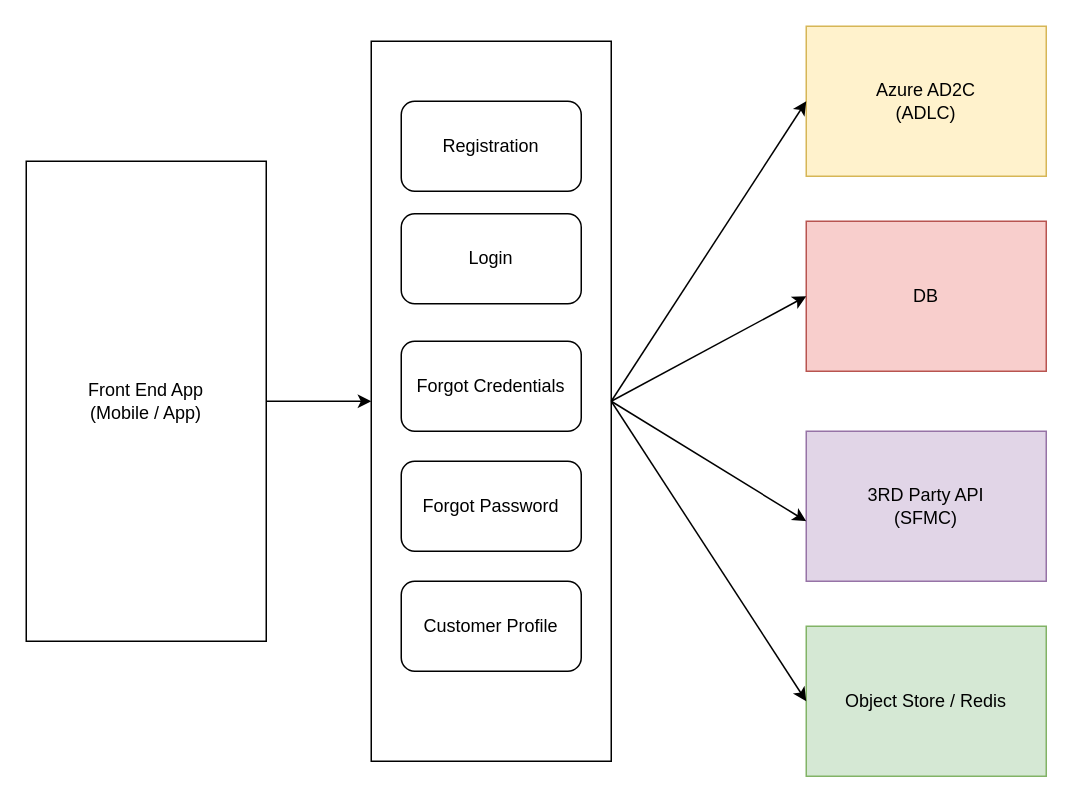
The draw.io diagram CO Flow Diagram.drawio in busugu2018/muleCustomerOnboarding, before the edit. Source tidied: cells renumbered, new cells numbered last; positions are measured from the earlier drawing's top-left corner, leaving out a move shared by most shapes. Both pictures are drawn from the tidied source at 150%, with x=0, y=0 at pixel (26, 26).
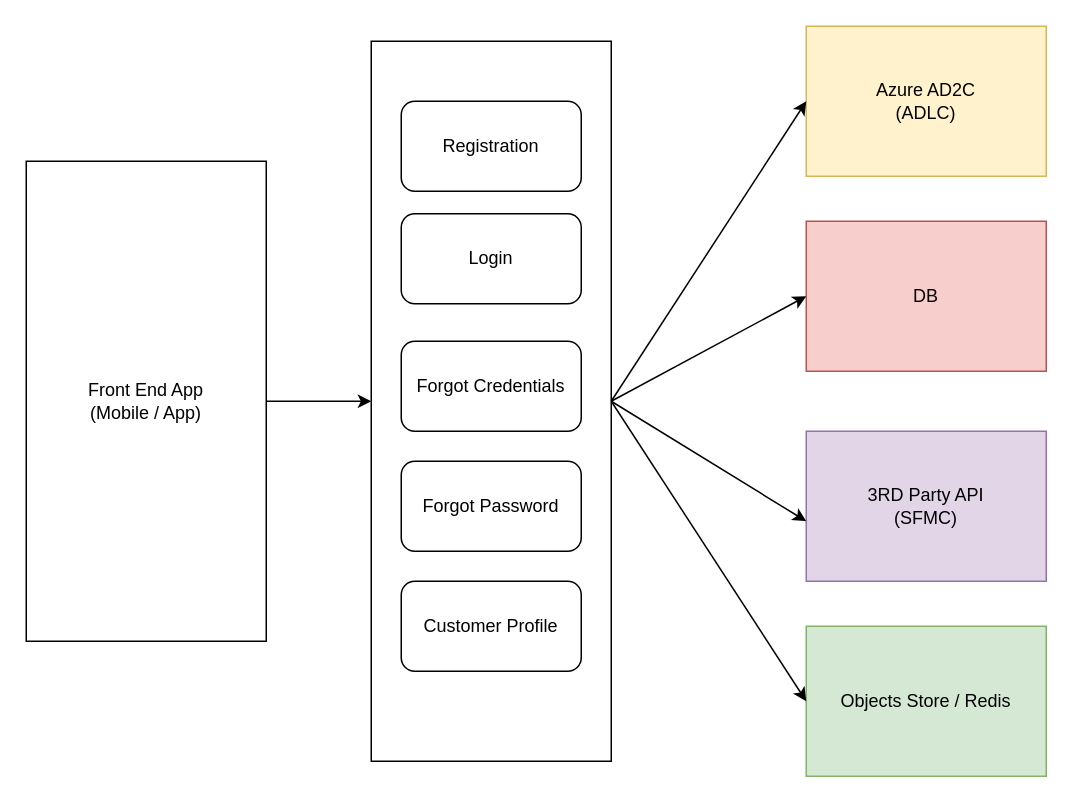
Above is the later version.

Change to the diagram source:
```diff
@@
-    <mxCell id="13" value="Object Store / Redis" style="rounded=0;whiteSpace=wrap;html=1;fillColor=#d5e8d4;strokeColor=#82b366;" parent="1" vertex="1">
+    <mxCell id="13" value="Objects Store / Redis" style="rounded=0;whiteSpace=wrap;html=1;fillColor=#d5e8d4;strokeColor=#82b366;" parent="1" vertex="1">
       <mxGeometry x="520" y="400" width="160" height="100" as="geometry" />
     </mxCell>
```
